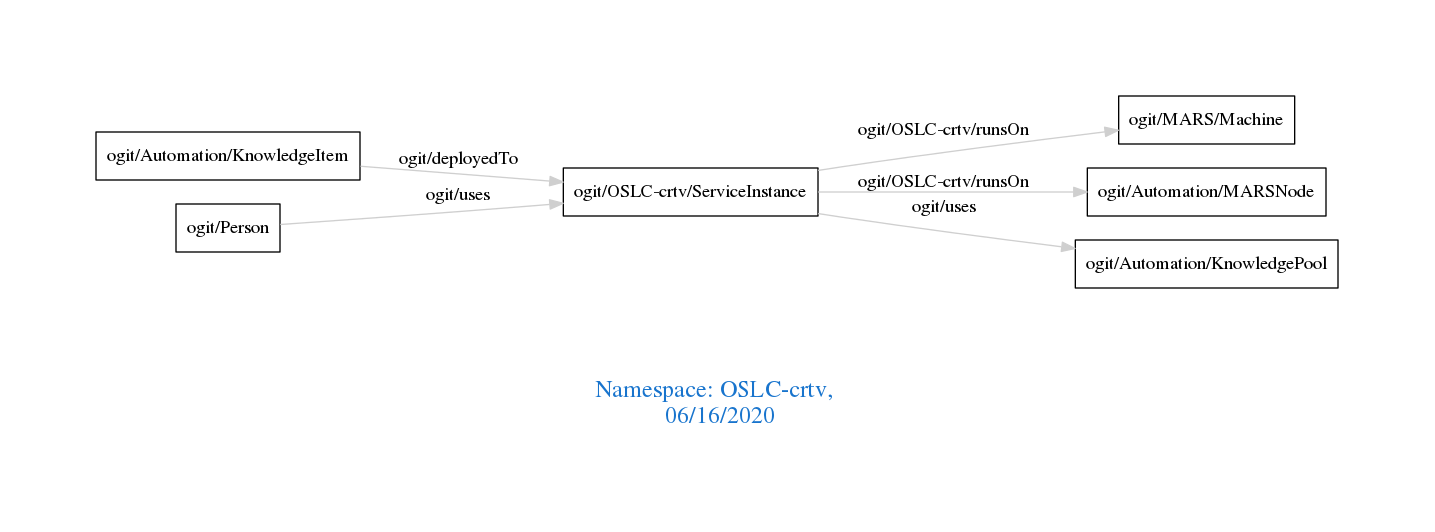
The Graphviz diagram downloads/OSLC-crtv.png in arago/OGIT, before a commit. Its source is kept beside it as downloads/OSLC-crtv.dot.
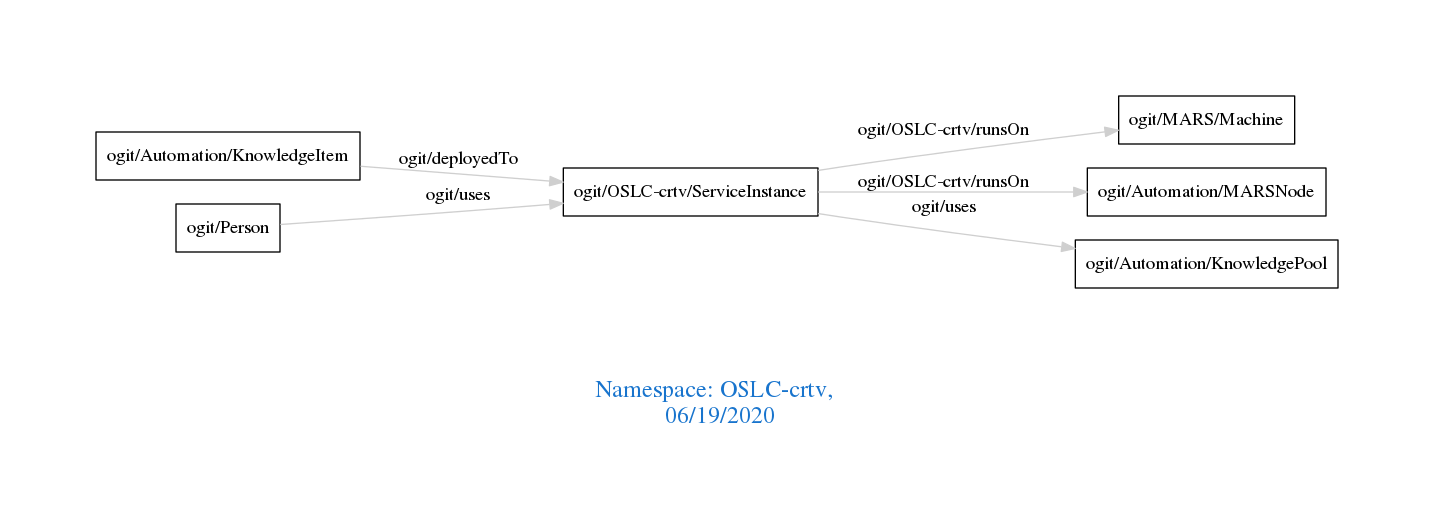
The same diagram one commit later.

What changed in the source:
```diff
@@ -1,7 +1,7 @@
 digraph OGIT_ontology {
  graph [ rankdir= LR,pad=1
 fontsize = 18,
-fontcolor= dodgerblue3,label = "\n\n\nNamespace: OSLC-crtv, \n 06/16/2020"];
+fontcolor= dodgerblue3,label = "\n\n\nNamespace: OSLC-crtv, \n 06/19/2020"];
 node[shape=polygon];
 edge [  color="gray81"];
 
```
